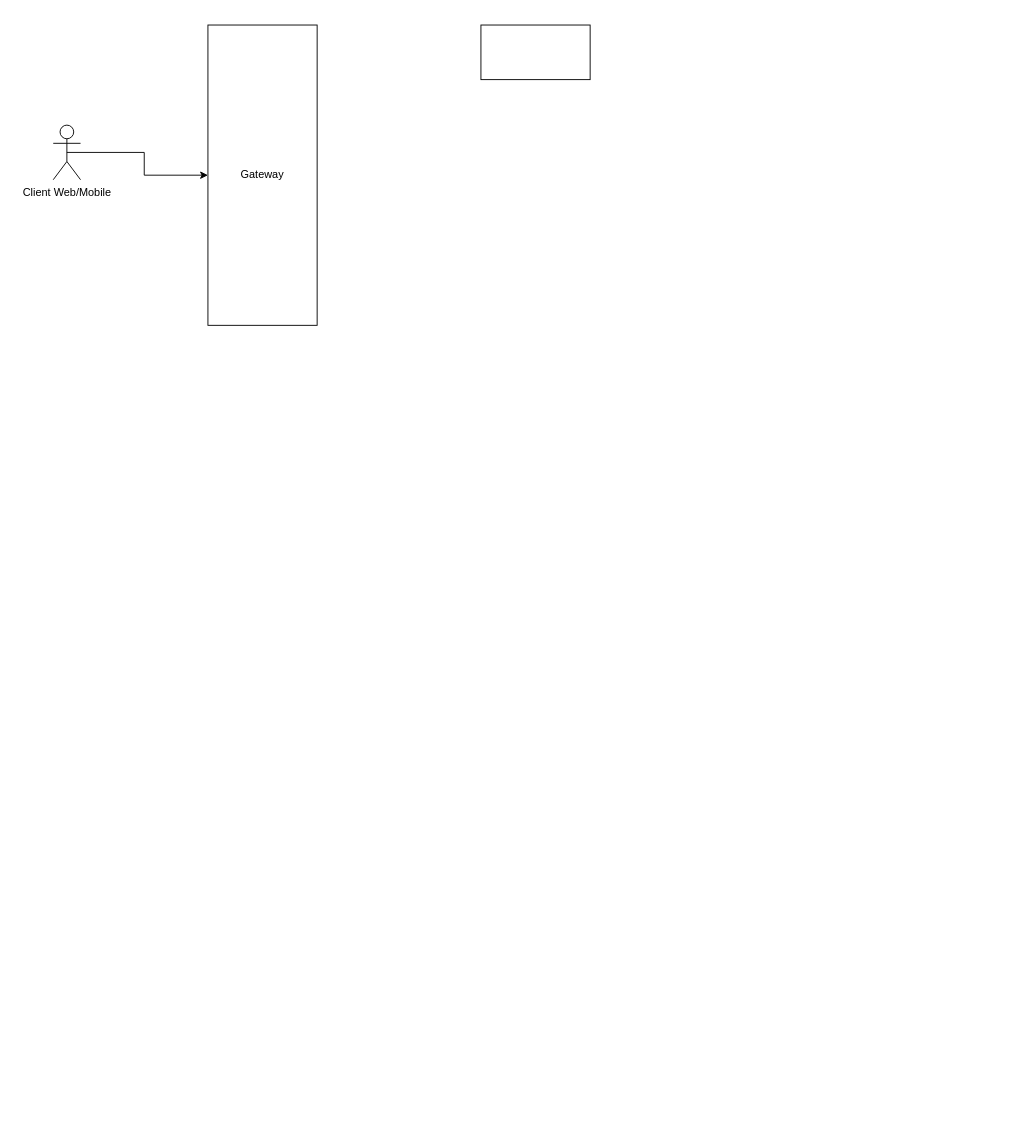
Above: DoorDash-1.drawio in preethamnagesh8/sample1 (draw.io), before the change. Source tidied: cells renumbered, new cells numbered last; positions are measured from the earlier drawing's top-left corner, leaving out a move shared by most shapes. Both pictures are drawn from the tidied source at 91%, with x=0, y=0 at pixel (53, 25).
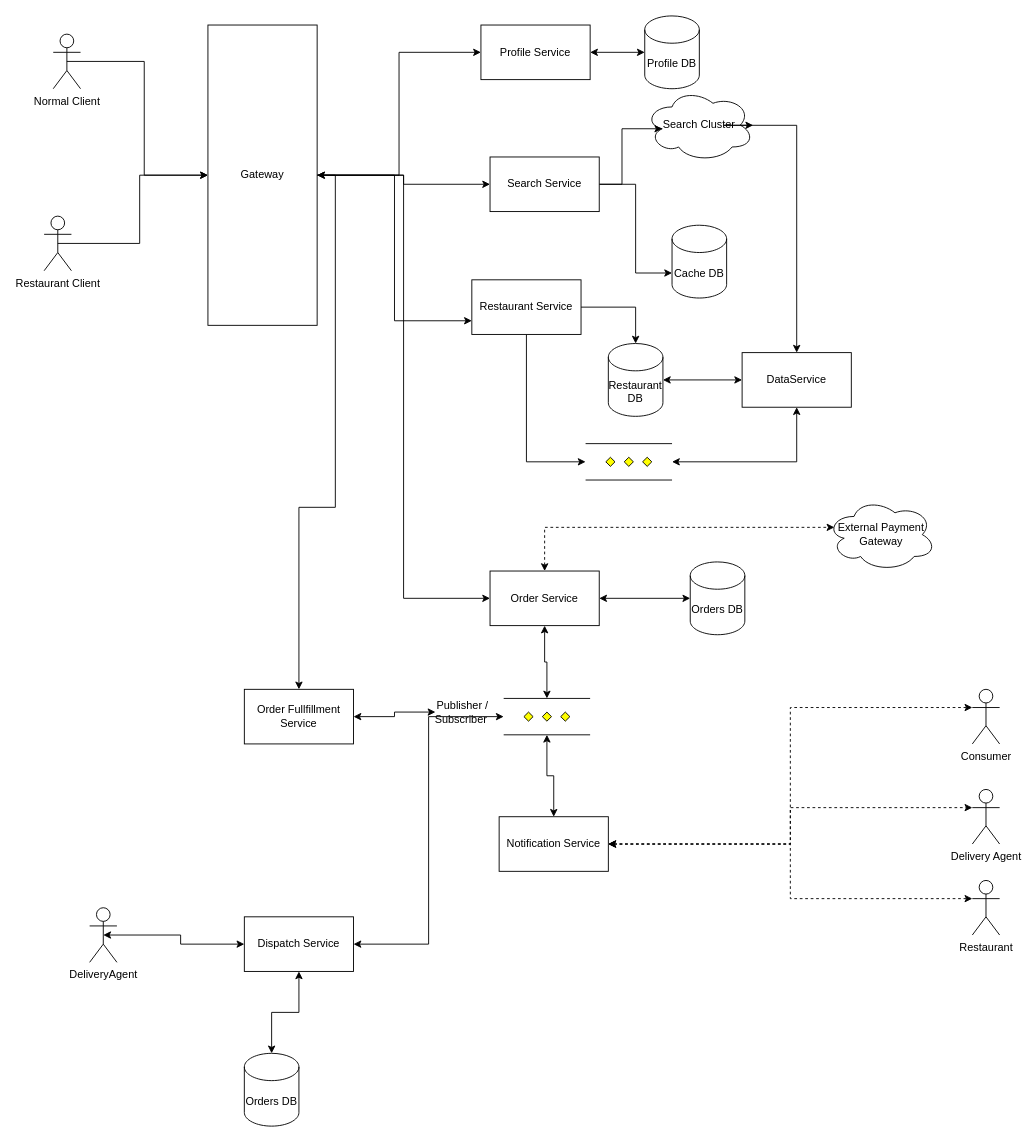
After the change.

Unchanged cells that the change refers to:
```xml
<mxCell id="5" value="Gateway" style="rounded=0;whiteSpace=wrap;html=1;" parent="1" vertex="1">
  <mxGeometry x="170" width="120" height="330" as="geometry" />
</mxCell>
```

Change to the diagram source:
```diff
@@
-    <mxCell id="3" value="Client Web/Mobile" style="shape=umlActor;verticalLabelPosition=bottom;verticalAlign=top;html=1;outlineConnect=0;" parent="1" vertex="1">
-      <mxGeometry y="110" width="30" height="60" as="geometry" />
+    <mxCell id="3" value="Restaurant Client" style="shape=umlActor;verticalLabelPosition=bottom;verticalAlign=top;html=1;outlineConnect=0;" parent="1" vertex="1">
+      <mxGeometry x="-10" y="210" width="30" height="60" as="geometry" />
     </mxCell>
+    <mxCell id="6" style="edgeStyle=orthogonalEdgeStyle;rounded=0;jettySize=auto;html=1;startArrow=classic;startFill=1;" parent="1" edge="1" source="4" target="28">
+      <mxGeometry relative="1" as="geometry" />
+    </mxCell>
-    <mxCell id="4" style="rounded=0;whiteSpace=wrap;html=1;" parent="1" vertex="1">
+    <mxCell id="4" value="Profile Service" style="rounded=0;whiteSpace=wrap;html=1;" parent="1" vertex="1">
       <mxGeometry x="470" width="120" height="60" as="geometry" />
     </mxCell>
+    <mxCell id="7" style="edgeStyle=orthogonalEdgeStyle;rounded=0;jettySize=auto;html=1;exitX=1;exitY=0.5;exitDx=0;exitDy=0;" parent="1" edge="1" source="5" target="4">
+      <mxGeometry relative="1" as="geometry" />
+    </mxCell>
+    <mxCell id="8" style="edgeStyle=orthogonalEdgeStyle;rounded=0;jettySize=auto;html=1;exitX=1;exitY=0.5;exitDx=0;exitDy=0;entryX=0;entryY=0.75;entryDx=0;entryDy=0;" parent="1" edge="1" source="5" target="14">
+      <mxGeometry relative="1" as="geometry" />
+    </mxCell>
+    <mxCell id="9" style="edgeStyle=orthogonalEdgeStyle;rounded=0;jettySize=auto;html=1;exitX=1;exitY=0.5;exitDx=0;exitDy=0;entryX=0;entryY=0.5;entryDx=0;entryDy=0;" parent="1" edge="1" source="5" target="21">
+      <mxGeometry relative="1" as="geometry" />
+    </mxCell>
+    <mxCell id="10" style="edgeStyle=orthogonalEdgeStyle;rounded=0;jettySize=auto;html=1;exitX=1;exitY=0.5;exitDx=0;exitDy=0;entryX=0;entryY=0.5;entryDx=0;entryDy=0;startArrow=classic;startFill=1;" parent="1" edge="1" source="5" target="31">
+      <mxGeometry relative="1" as="geometry" />
+    </mxCell>
+    <mxCell id="11" style="edgeStyle=orthogonalEdgeStyle;rounded=0;jettySize=auto;html=1;exitX=1;exitY=0.5;exitDx=0;exitDy=0;entryX=0.5;entryY=0;entryDx=0;entryDy=0;startArrow=classic;startFill=1;" parent="1" edge="1" source="5" target="46">
+      <mxGeometry relative="1" as="geometry" />
+    </mxCell>
@@
+    <mxCell id="12" style="edgeStyle=orthogonalEdgeStyle;rounded=0;jettySize=auto;html=1;" parent="1" edge="1" source="14" target="22">
+      <mxGeometry relative="1" as="geometry" />
+    </mxCell>
+    <mxCell id="13" style="edgeStyle=orthogonalEdgeStyle;rounded=0;jettySize=auto;html=1;exitX=0.5;exitY=1;exitDx=0;exitDy=0;entryX=0;entryY=0.5;entryDx=0;entryDy=0;entryPerimeter=0;" parent="1" edge="1" source="14" target="27">
+      <mxGeometry relative="1" as="geometry" />
+    </mxCell>
+    <mxCell id="14" value="Restaurant Service" style="rounded=0;whiteSpace=wrap;html=1;" parent="1" vertex="1">
+      <mxGeometry x="460" y="280" width="120" height="60" as="geometry" />
+    </mxCell>
+    <mxCell id="15" value="Cache DB" style="shape=cylinder3;whiteSpace=wrap;html=1;boundedLbl=1;backgroundOutline=1;size=15;" parent="1" vertex="1">
+      <mxGeometry x="680" y="220" width="60" height="80" as="geometry" />
+    </mxCell>
+    <mxCell id="16" value="Search Cluster" style="ellipse;shape=cloud;whiteSpace=wrap;html=1;" parent="1" vertex="1">
+      <mxGeometry x="650" y="70" width="120" height="80" as="geometry" />
+    </mxCell>
+    <mxCell id="17" style="edgeStyle=orthogonalEdgeStyle;rounded=0;jettySize=auto;html=1;exitX=0.5;exitY=0.5;exitDx=0;exitDy=0;exitPerimeter=0;entryX=0;entryY=0.5;entryDx=0;entryDy=0;" parent="1" edge="1" source="18" target="5">
+      <mxGeometry relative="1" as="geometry" />
+    </mxCell>
+    <mxCell id="18" value="Normal Client" style="shape=umlActor;verticalLabelPosition=bottom;verticalAlign=top;html=1;outlineConnect=0;" parent="1" vertex="1">
+      <mxGeometry y="10" width="30" height="60" as="geometry" />
+    </mxCell>
+    <mxCell id="19" style="edgeStyle=orthogonalEdgeStyle;rounded=0;jettySize=auto;html=1;exitX=1;exitY=0.5;exitDx=0;exitDy=0;entryX=0.16;entryY=0.55;entryDx=0;entryDy=0;entryPerimeter=0;" parent="1" edge="1" source="21" target="16">
+      <mxGeometry relative="1" as="geometry" />
+    </mxCell>
+    <mxCell id="20" style="edgeStyle=orthogonalEdgeStyle;rounded=0;jettySize=auto;html=1;exitX=1;exitY=0.5;exitDx=0;exitDy=0;entryX=0;entryY=0;entryDx=0;entryDy=52.5;entryPerimeter=0;" parent="1" edge="1" source="21" target="15">
+      <mxGeometry relative="1" as="geometry" />
+    </mxCell>
+    <mxCell id="21" value="Search Service" style="rounded=0;whiteSpace=wrap;html=1;" parent="1" vertex="1">
+      <mxGeometry x="480" y="145" width="120" height="60" as="geometry" />
+    </mxCell>
+    <mxCell id="22" value="Restaurant DB" style="shape=cylinder3;whiteSpace=wrap;html=1;boundedLbl=1;backgroundOutline=1;size=15;" parent="1" vertex="1">
+      <mxGeometry x="610" y="350" width="60" height="80" as="geometry" />
+    </mxCell>
+    <mxCell id="23" style="edgeStyle=orthogonalEdgeStyle;rounded=0;jettySize=auto;html=1;exitX=0.5;exitY=0;exitDx=0;exitDy=0;entryX=0.993;entryY=0.502;entryDx=0;entryDy=0;entryPerimeter=0;startArrow=classic;startFill=1;" parent="1" edge="1" source="25" target="16">
+      <mxGeometry relative="1" as="geometry" />
+    </mxCell>
+    <mxCell id="24" style="edgeStyle=orthogonalEdgeStyle;rounded=0;jettySize=auto;html=1;exitX=0;exitY=0.5;exitDx=0;exitDy=0;entryX=1;entryY=0.5;entryDx=0;entryDy=0;entryPerimeter=0;startArrow=classic;startFill=1;" parent="1" edge="1" source="25" target="22">
+      <mxGeometry relative="1" as="geometry" />
+    </mxCell>
+    <mxCell id="25" value="DataService" style="rounded=0;whiteSpace=wrap;html=1;" parent="1" vertex="1">
+      <mxGeometry x="757" y="360" width="120" height="60" as="geometry" />
+    </mxCell>
+    <mxCell id="26" style="edgeStyle=orthogonalEdgeStyle;rounded=0;jettySize=auto;html=1;exitX=1;exitY=0.5;exitDx=0;exitDy=0;exitPerimeter=0;entryX=0.5;entryY=1;entryDx=0;entryDy=0;startArrow=classic;startFill=1;" parent="1" edge="1" source="27" target="25">
+      <mxGeometry relative="1" as="geometry" />
+    </mxCell>
+    <mxCell id="27" style="verticalLabelPosition=bottom;verticalAlign=top;html=1;shape=mxgraph.flowchart.parallel_mode;" parent="1" vertex="1">
+      <mxGeometry x="585" y="460" width="95" height="40" as="geometry" />
+    </mxCell>
+    <mxCell id="28" value="Profile DB" style="shape=cylinder3;whiteSpace=wrap;html=1;boundedLbl=1;backgroundOutline=1;size=15;" parent="1" vertex="1">
+      <mxGeometry x="650" y="-10" width="60" height="80" as="geometry" />
+    </mxCell>
+    <mxCell id="29" style="edgeStyle=orthogonalEdgeStyle;rounded=0;jettySize=auto;html=1;exitX=0.5;exitY=1;exitDx=0;exitDy=0;entryX=0.5;entryY=0;entryDx=0;entryDy=0;entryPerimeter=0;startArrow=classic;startFill=1;" parent="1" edge="1" source="31" target="34">
+      <mxGeometry relative="1" as="geometry" />
+    </mxCell>
+    <mxCell id="30" style="edgeStyle=orthogonalEdgeStyle;rounded=0;jettySize=auto;html=1;exitX=0.5;exitY=0;exitDx=0;exitDy=0;entryX=0.07;entryY=0.4;entryDx=0;entryDy=0;entryPerimeter=0;dashed=1;startArrow=classic;startFill=1;" parent="1" edge="1" source="31" target="44">
+      <mxGeometry relative="1" as="geometry" />
+    </mxCell>
+    <mxCell id="31" value="Order Service" style="rounded=0;whiteSpace=wrap;html=1;" parent="1" vertex="1">
+      <mxGeometry x="480" y="600" width="120" height="60" as="geometry" />
+    </mxCell>
+    <mxCell id="32" style="edgeStyle=orthogonalEdgeStyle;rounded=0;jettySize=auto;html=1;startArrow=classic;startFill=1;" parent="1" edge="1" source="33" target="31">
+      <mxGeometry relative="1" as="geometry" />
+    </mxCell>
+    <mxCell id="33" value="Orders DB" style="shape=cylinder3;whiteSpace=wrap;html=1;boundedLbl=1;backgroundOutline=1;size=15;" parent="1" vertex="1">
+      <mxGeometry x="700" y="590" width="60" height="80" as="geometry" />
+    </mxCell>
+    <mxCell id="34" style="verticalLabelPosition=bottom;verticalAlign=top;html=1;shape=mxgraph.flowchart.parallel_mode;" parent="1" vertex="1">
+      <mxGeometry x="495" y="740" width="95" height="40" as="geometry" />
+    </mxCell>
+    <mxCell id="35" style="edgeStyle=orthogonalEdgeStyle;rounded=0;jettySize=auto;html=1;exitX=0.5;exitY=0;exitDx=0;exitDy=0;entryX=0.5;entryY=1;entryDx=0;entryDy=0;entryPerimeter=0;startArrow=classic;startFill=1;" parent="1" edge="1" source="39" target="34">
+      <mxGeometry relative="1" as="geometry" />
+    </mxCell>
+    <mxCell id="36" style="edgeStyle=orthogonalEdgeStyle;rounded=0;jettySize=auto;html=1;exitX=1;exitY=0.5;exitDx=0;exitDy=0;entryX=0;entryY=0.3333333333333333;entryDx=0;entryDy=0;entryPerimeter=0;startArrow=classic;startFill=1;dashed=1;" parent="1" edge="1" source="39" target="41">
+      <mxGeometry relative="1" as="geometry" />
+    </mxCell>
+    <mxCell id="37" style="edgeStyle=orthogonalEdgeStyle;rounded=0;jettySize=auto;html=1;exitX=1;exitY=0.5;exitDx=0;exitDy=0;entryX=0;entryY=0.3333333333333333;entryDx=0;entryDy=0;entryPerimeter=0;startArrow=classic;startFill=1;dashed=1;" parent="1" edge="1" source="39" target="42">
+      <mxGeometry relative="1" as="geometry" />
+    </mxCell>
+    <mxCell id="38" style="edgeStyle=orthogonalEdgeStyle;rounded=0;jettySize=auto;html=1;exitX=1;exitY=0.5;exitDx=0;exitDy=0;entryX=0;entryY=0.3333333333333333;entryDx=0;entryDy=0;entryPerimeter=0;startArrow=classic;startFill=1;dashed=1;" parent="1" edge="1" source="39" target="43">
+      <mxGeometry relative="1" as="geometry" />
+    </mxCell>
+    <mxCell id="39" value="Notification Service" style="rounded=0;whiteSpace=wrap;html=1;" parent="1" vertex="1">
+      <mxGeometry x="490" y="870" width="120" height="60" as="geometry" />
+    </mxCell>
+    <mxCell id="40" value="Publisher / Subscriber&amp;nbsp;" style="text;html=1;strokeColor=none;fillColor=none;align=center;verticalAlign=middle;whiteSpace=wrap;rounded=0;" parent="1" vertex="1">
+      <mxGeometry x="420" y="740" width="60" height="30" as="geometry" />
+    </mxCell>
+    <mxCell id="41" value="Consumer" style="shape=umlActor;verticalLabelPosition=bottom;verticalAlign=top;html=1;outlineConnect=0;" parent="1" vertex="1">
+      <mxGeometry x="1010" y="730" width="30" height="60" as="geometry" />
+    </mxCell>
+    <mxCell id="42" value="Delivery Agent" style="shape=umlActor;verticalLabelPosition=bottom;verticalAlign=top;html=1;outlineConnect=0;" parent="1" vertex="1">
+      <mxGeometry x="1010" y="840" width="30" height="60" as="geometry" />
+    </mxCell>
+    <mxCell id="43" value="Restaurant" style="shape=umlActor;verticalLabelPosition=bottom;verticalAlign=top;html=1;outlineConnect=0;" parent="1" vertex="1">
+      <mxGeometry x="1010" y="940" width="30" height="60" as="geometry" />
+    </mxCell>
+    <mxCell id="44" value="External Payment Gateway" style="ellipse;shape=cloud;whiteSpace=wrap;html=1;" parent="1" vertex="1">
+      <mxGeometry x="850" y="520" width="120" height="80" as="geometry" />
+    </mxCell>
+    <mxCell id="45" style="edgeStyle=orthogonalEdgeStyle;rounded=0;jettySize=auto;html=1;startArrow=classic;startFill=1;" parent="1" edge="1" source="46" target="40">
+      <mxGeometry relative="1" as="geometry" />
+    </mxCell>
+    <mxCell id="46" value="Order Fullfillment Service" style="rounded=0;whiteSpace=wrap;html=1;" parent="1" vertex="1">
+      <mxGeometry x="210" y="730" width="120" height="60" as="geometry" />
+    </mxCell>
+    <mxCell id="47" style="edgeStyle=orthogonalEdgeStyle;rounded=0;jettySize=auto;html=1;exitX=1;exitY=0.5;exitDx=0;exitDy=0;entryX=0;entryY=0.5;entryDx=0;entryDy=0;entryPerimeter=0;startArrow=classic;startFill=1;" parent="1" edge="1" source="49" target="34">
+      <mxGeometry relative="1" as="geometry" />
+    </mxCell>
+    <mxCell id="48" style="edgeStyle=orthogonalEdgeStyle;rounded=0;jettySize=auto;html=1;startArrow=classic;startFill=1;" parent="1" edge="1" source="49" target="52">
+      <mxGeometry relative="1" as="geometry" />
+    </mxCell>
+    <mxCell id="49" value="Dispatch Service" style="rounded=0;whiteSpace=wrap;html=1;" parent="1" vertex="1">
+      <mxGeometry x="210" y="980" width="120" height="60" as="geometry" />
+    </mxCell>
+    <mxCell id="50" style="edgeStyle=orthogonalEdgeStyle;rounded=0;jettySize=auto;html=1;exitX=0.5;exitY=0.5;exitDx=0;exitDy=0;exitPerimeter=0;entryX=0;entryY=0.5;entryDx=0;entryDy=0;startArrow=classic;startFill=1;" parent="1" edge="1" source="51" target="49">
+      <mxGeometry relative="1" as="geometry" />
+    </mxCell>
+    <mxCell id="51" value="DeliveryAgent" style="shape=umlActor;verticalLabelPosition=bottom;verticalAlign=top;html=1;outlineConnect=0;" parent="1" vertex="1">
+      <mxGeometry x="40" y="970" width="30" height="60" as="geometry" />
+    </mxCell>
+    <mxCell id="52" value="Orders DB" style="shape=cylinder3;whiteSpace=wrap;html=1;boundedLbl=1;backgroundOutline=1;size=15;" parent="1" vertex="1">
+      <mxGeometry x="210" y="1130" width="60" height="80" as="geometry" />
+    </mxCell>
```
